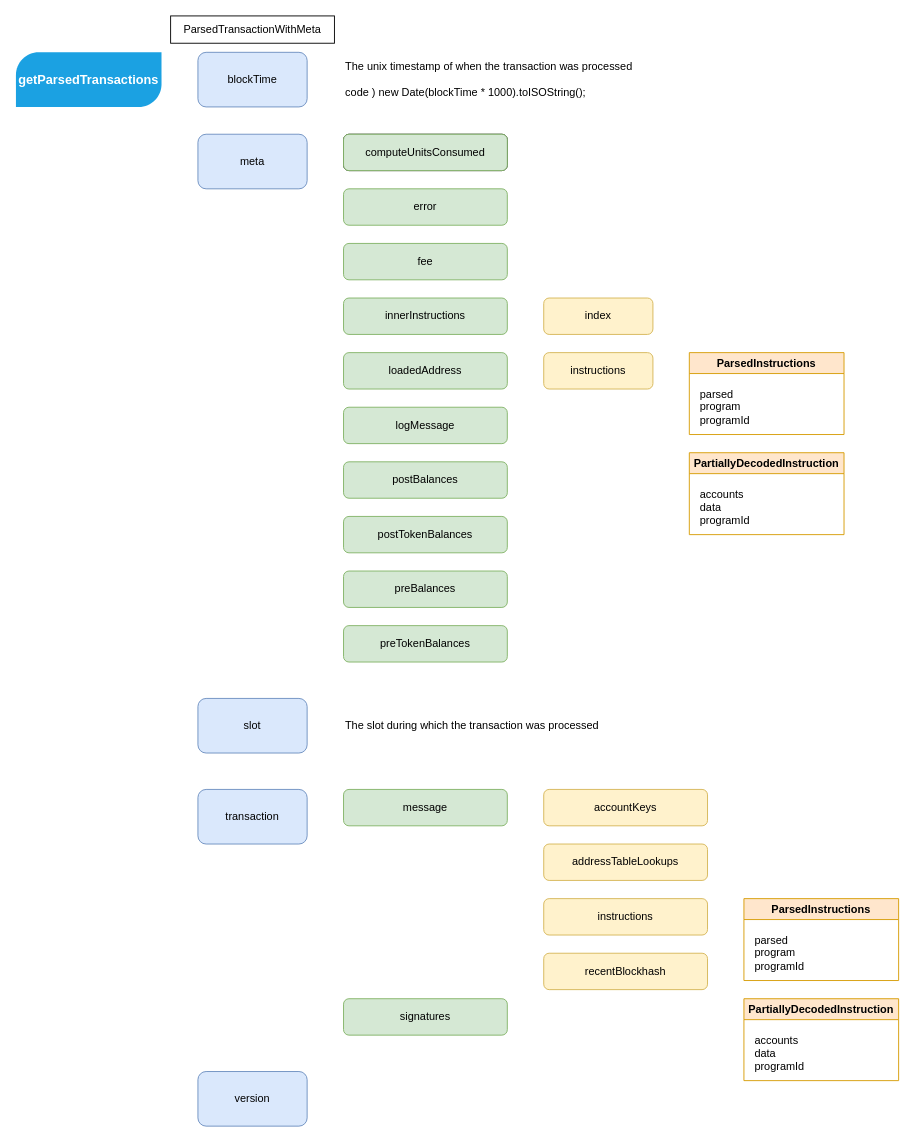
The draw.io diagram solana/solana_web3_connection_getParsedTransactions.drawio in haemil-developer/draw.io, before the edit. Source tidied: cells renumbered, new cells numbered last; positions are measured from the earlier drawing's top-left corner, leaving out a move shared by most shapes. Both pictures are drawn from the tidied source at 91%, with x=0, y=0 at pixel (15, 15).
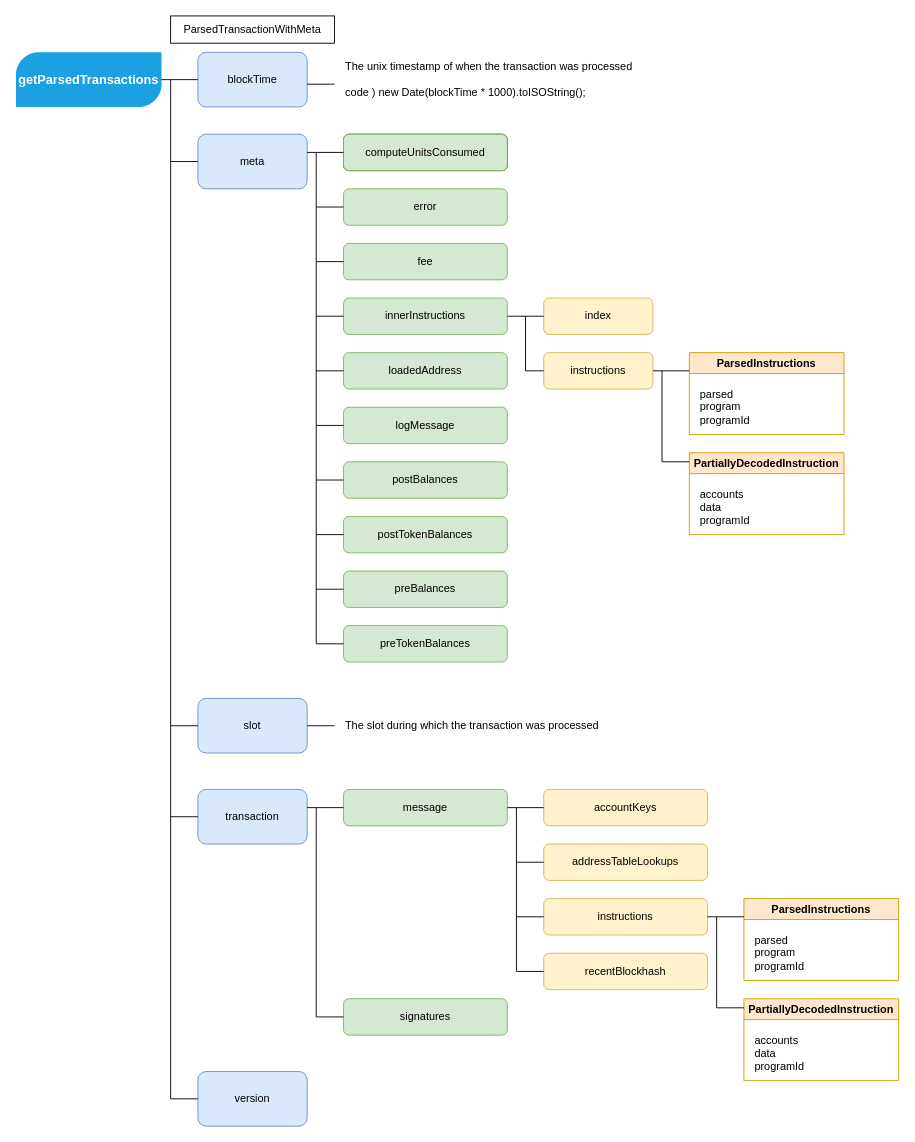
After the change.

Unchanged cells that the change refers to:
```xml
<mxCell id="13" value="innerInstructions" style="rounded=1;whiteSpace=wrap;html=1;fillColor=#d5e8d4;strokeColor=#82b366;" parent="1" vertex="1">
  <mxGeometry x="360" y="310" width="180" height="40" as="geometry" />
</mxCell>
<mxCell id="21" value="instructions" style="rounded=1;whiteSpace=wrap;html=1;fillColor=#fff2cc;strokeColor=#d6b656;" parent="1" vertex="1">
  <mxGeometry x="580" y="370" width="120" height="40" as="geometry" />
</mxCell>
<mxCell id="27" value="message" style="rounded=1;whiteSpace=wrap;html=1;fillColor=#d5e8d4;strokeColor=#82b366;" parent="1" vertex="1">
  <mxGeometry x="360" y="850" width="180" height="40" as="geometry" />
</mxCell>
<mxCell id="31" value="instructions" style="rounded=1;whiteSpace=wrap;html=1;fillColor=#fff2cc;strokeColor=#d6b656;" parent="1" vertex="1">
  <mxGeometry x="580" y="970" width="180" height="40" as="geometry" />
</mxCell>
<mxCell id="37" style="verticalLabelPosition=bottom;verticalAlign=top;html=1;shape=mxgraph.basic.diag_round_rect;dx=12.5;whiteSpace=wrap;fillColor=#1ba1e2;fontColor=#ffffff;strokeColor=none;fontStyle=1;fontSize=13;" parent="1" vertex="1">
  <mxGeometry y="40" width="160" height="60" as="geometry" />
</mxCell>
```

What changed in the source:
```diff
@@
+    <mxCell id="39" style="endArrow=none;html=1;rounded=0;exitX=1;exitY=0.5;exitDx=0;exitDy=0;exitPerimeter=0;" parent="1" edge="1" source="37">
+      <mxGeometry relative="1" as="geometry">
+        <mxPoint x="200" y="70" as="targetPoint" />
+      </mxGeometry>
+    </mxCell>
+    <mxCell id="40" style="endArrow=none;html=1;rounded=0;" parent="1" edge="1">
+      <mxGeometry relative="1" as="geometry">
+        <mxPoint x="170" y="1190" as="sourcePoint" />
+        <mxPoint x="170" y="70" as="targetPoint" />
+      </mxGeometry>
+    </mxCell>
+    <mxCell id="41" style="endArrow=none;html=1;rounded=0;" parent="1" edge="1">
+      <mxGeometry relative="1" as="geometry">
+        <mxPoint x="170" y="160" as="sourcePoint" />
+        <mxPoint x="200" y="160" as="targetPoint" />
+      </mxGeometry>
+    </mxCell>
+    <mxCell id="42" style="endArrow=none;html=1;rounded=0;exitX=1;exitY=0.5;exitDx=0;exitDy=0;" parent="1" edge="1" source="13">
+      <mxGeometry relative="1" as="geometry">
+        <mxPoint x="580" y="330" as="targetPoint" />
+      </mxGeometry>
+    </mxCell>
+    <mxCell id="43" style="endArrow=none;html=1;rounded=0;" parent="1" edge="1">
+      <mxGeometry relative="1" as="geometry">
+        <mxPoint x="560" y="390" as="sourcePoint" />
+        <mxPoint x="580" y="390" as="targetPoint" />
+      </mxGeometry>
+    </mxCell>
+    <mxCell id="44" style="endArrow=none;html=1;rounded=0;" parent="1" edge="1">
+      <mxGeometry relative="1" as="geometry">
+        <mxPoint x="560" y="390" as="sourcePoint" />
+        <mxPoint x="560" y="330" as="targetPoint" />
+      </mxGeometry>
+    </mxCell>
+    <mxCell id="45" style="endArrow=none;html=1;rounded=0;" parent="1" edge="1">
+      <mxGeometry relative="1" as="geometry">
+        <mxPoint x="170" y="1190" as="sourcePoint" />
+        <mxPoint x="200" y="1190" as="targetPoint" />
+      </mxGeometry>
+    </mxCell>
+    <mxCell id="46" style="endArrow=none;html=1;rounded=0;" parent="1" edge="1">
+      <mxGeometry relative="1" as="geometry">
+        <mxPoint x="170" y="880" as="sourcePoint" />
+        <mxPoint x="200" y="880" as="targetPoint" />
+      </mxGeometry>
+    </mxCell>
+    <mxCell id="47" style="endArrow=none;html=1;rounded=0;" parent="1" edge="1">
+      <mxGeometry relative="1" as="geometry">
+        <mxPoint x="170" y="780" as="sourcePoint" />
+        <mxPoint x="200" y="780" as="targetPoint" />
+      </mxGeometry>
+    </mxCell>
+    <mxCell id="48" style="endArrow=none;html=1;rounded=0;exitX=1;exitY=0.5;exitDx=0;exitDy=0;" parent="1" edge="1" source="27">
+      <mxGeometry relative="1" as="geometry">
+        <mxPoint x="580" y="870" as="targetPoint" />
+      </mxGeometry>
+    </mxCell>
+    <mxCell id="49" style="endArrow=none;html=1;rounded=0;" parent="1" edge="1">
+      <mxGeometry relative="1" as="geometry">
+        <mxPoint x="550" y="1050" as="sourcePoint" />
+        <mxPoint x="550" y="870" as="targetPoint" />
+      </mxGeometry>
+    </mxCell>
+    <mxCell id="50" style="endArrow=none;html=1;rounded=0;" parent="1" edge="1">
+      <mxGeometry relative="1" as="geometry">
+        <mxPoint x="550" y="930" as="sourcePoint" />
+        <mxPoint x="580" y="930" as="targetPoint" />
+      </mxGeometry>
+    </mxCell>
+    <mxCell id="51" style="endArrow=none;html=1;rounded=0;" parent="1" edge="1">
+      <mxGeometry relative="1" as="geometry">
+        <mxPoint x="550" y="990" as="sourcePoint" />
+        <mxPoint x="580" y="990" as="targetPoint" />
+      </mxGeometry>
+    </mxCell>
+    <mxCell id="52" style="endArrow=none;html=1;rounded=0;" parent="1" edge="1">
+      <mxGeometry relative="1" as="geometry">
+        <mxPoint x="550" y="1050" as="sourcePoint" />
+        <mxPoint x="580" y="1050" as="targetPoint" />
+      </mxGeometry>
+    </mxCell>
+    <mxCell id="53" style="endArrow=none;html=1;rounded=0;exitX=1;exitY=0.5;exitDx=0;exitDy=0;" parent="1" edge="1" source="21">
+      <mxGeometry relative="1" as="geometry">
+        <mxPoint x="740" y="390" as="targetPoint" />
+      </mxGeometry>
+    </mxCell>
+    <mxCell id="54" style="endArrow=none;html=1;rounded=0;" parent="1" edge="1">
+      <mxGeometry relative="1" as="geometry">
+        <mxPoint x="710" y="490" as="sourcePoint" />
+        <mxPoint x="710" y="390" as="targetPoint" />
+      </mxGeometry>
+    </mxCell>
+    <mxCell id="55" style="endArrow=none;html=1;rounded=0;" parent="1" edge="1">
+      <mxGeometry relative="1" as="geometry">
+        <mxPoint x="710" y="490" as="sourcePoint" />
+        <mxPoint x="740" y="490" as="targetPoint" />
+      </mxGeometry>
+    </mxCell>
+    <mxCell id="56" style="endArrow=none;html=1;rounded=0;exitX=1;exitY=0.5;exitDx=0;exitDy=0;" parent="1" edge="1" source="31">
+      <mxGeometry relative="1" as="geometry">
+        <mxPoint x="800" y="990" as="targetPoint" />
+      </mxGeometry>
+    </mxCell>
+    <mxCell id="57" style="endArrow=none;html=1;rounded=0;" parent="1" edge="1">
+      <mxGeometry relative="1" as="geometry">
+        <mxPoint x="770" y="1090" as="sourcePoint" />
+        <mxPoint x="770" y="990" as="targetPoint" />
+      </mxGeometry>
+    </mxCell>
+    <mxCell id="58" style="endArrow=none;html=1;rounded=0;" parent="1" edge="1">
+      <mxGeometry relative="1" as="geometry">
+        <mxPoint x="770" y="1090" as="sourcePoint" />
+        <mxPoint x="800" y="1090" as="targetPoint" />
+      </mxGeometry>
+    </mxCell>
+    <mxCell id="59" style="endArrow=none;html=1;rounded=0;" parent="1" edge="1">
+      <mxGeometry relative="1" as="geometry">
+        <mxPoint x="320" y="150" as="sourcePoint" />
+        <mxPoint x="360" y="150" as="targetPoint" />
+      </mxGeometry>
+    </mxCell>
+    <mxCell id="60" style="endArrow=none;html=1;rounded=0;" parent="1" edge="1">
+      <mxGeometry relative="1" as="geometry">
+        <mxPoint x="330" y="690" as="sourcePoint" />
+        <mxPoint x="330" y="150" as="targetPoint" />
+      </mxGeometry>
+    </mxCell>
+    <mxCell id="61" style="endArrow=none;html=1;rounded=0;" parent="1" edge="1">
+      <mxGeometry relative="1" as="geometry">
+        <mxPoint x="330" y="690" as="sourcePoint" />
+        <mxPoint x="360" y="690" as="targetPoint" />
+      </mxGeometry>
+    </mxCell>
+    <mxCell id="62" style="endArrow=none;html=1;rounded=0;" parent="1" edge="1">
+      <mxGeometry relative="1" as="geometry">
+        <mxPoint x="320" y="870" as="sourcePoint" />
+        <mxPoint x="360" y="870" as="targetPoint" />
+      </mxGeometry>
+    </mxCell>
+    <mxCell id="63" style="endArrow=none;html=1;rounded=0;" parent="1" edge="1">
+      <mxGeometry relative="1" as="geometry">
+        <mxPoint x="330" y="1100" as="sourcePoint" />
+        <mxPoint x="330" y="870" as="targetPoint" />
+      </mxGeometry>
+    </mxCell>
+    <mxCell id="64" style="endArrow=none;html=1;rounded=0;" parent="1" edge="1">
+      <mxGeometry relative="1" as="geometry">
+        <mxPoint x="330" y="1100" as="sourcePoint" />
+        <mxPoint x="360" y="1100" as="targetPoint" />
+      </mxGeometry>
+    </mxCell>
+    <mxCell id="65" style="endArrow=none;html=1;rounded=0;" parent="1" edge="1">
+      <mxGeometry relative="1" as="geometry">
+        <mxPoint x="330" y="210" as="sourcePoint" />
+        <mxPoint x="360" y="210" as="targetPoint" />
+      </mxGeometry>
+    </mxCell>
+    <mxCell id="66" style="endArrow=none;html=1;rounded=0;" parent="1" edge="1">
+      <mxGeometry relative="1" as="geometry">
+        <mxPoint x="330" y="270" as="sourcePoint" />
+        <mxPoint x="360" y="270" as="targetPoint" />
+      </mxGeometry>
+    </mxCell>
+    <mxCell id="67" style="endArrow=none;html=1;rounded=0;" parent="1" edge="1">
+      <mxGeometry relative="1" as="geometry">
+        <mxPoint x="330" y="330" as="sourcePoint" />
+        <mxPoint x="360" y="330" as="targetPoint" />
+      </mxGeometry>
+    </mxCell>
+    <mxCell id="68" style="endArrow=none;html=1;rounded=0;" parent="1" edge="1">
+      <mxGeometry relative="1" as="geometry">
+        <mxPoint x="330" y="390" as="sourcePoint" />
+        <mxPoint x="360" y="390" as="targetPoint" />
+      </mxGeometry>
+    </mxCell>
+    <mxCell id="69" style="endArrow=none;html=1;rounded=0;" parent="1" edge="1">
+      <mxGeometry relative="1" as="geometry">
+        <mxPoint x="330" y="450" as="sourcePoint" />
+        <mxPoint x="360" y="450" as="targetPoint" />
+      </mxGeometry>
+    </mxCell>
+    <mxCell id="70" style="endArrow=none;html=1;rounded=0;" parent="1" edge="1">
+      <mxGeometry relative="1" as="geometry">
+        <mxPoint x="330" y="510" as="sourcePoint" />
+        <mxPoint x="360" y="510" as="targetPoint" />
+      </mxGeometry>
+    </mxCell>
+    <mxCell id="71" style="endArrow=none;html=1;rounded=0;" parent="1" edge="1">
+      <mxGeometry relative="1" as="geometry">
+        <mxPoint x="330" y="570" as="sourcePoint" />
+        <mxPoint x="360" y="570" as="targetPoint" />
+      </mxGeometry>
+    </mxCell>
+    <mxCell id="72" style="endArrow=none;html=1;rounded=0;" parent="1" edge="1">
+      <mxGeometry relative="1" as="geometry">
+        <mxPoint x="330" y="630" as="sourcePoint" />
+        <mxPoint x="360" y="630" as="targetPoint" />
+      </mxGeometry>
+    </mxCell>
+    <mxCell id="73" style="endArrow=none;html=1;rounded=0;" parent="1" edge="1">
+      <mxGeometry relative="1" as="geometry">
+        <mxPoint x="320" y="75" as="sourcePoint" />
+        <mxPoint x="350" y="75" as="targetPoint" />
+      </mxGeometry>
+    </mxCell>
+    <mxCell id="74" style="endArrow=none;html=1;rounded=0;" parent="1" edge="1">
+      <mxGeometry relative="1" as="geometry">
+        <mxPoint x="320" y="780" as="sourcePoint" />
+        <mxPoint x="350" y="780" as="targetPoint" />
+        <Array as="points">
+          <mxPoint x="340" y="780" />
+        </Array>
+      </mxGeometry>
+    </mxCell>
```
